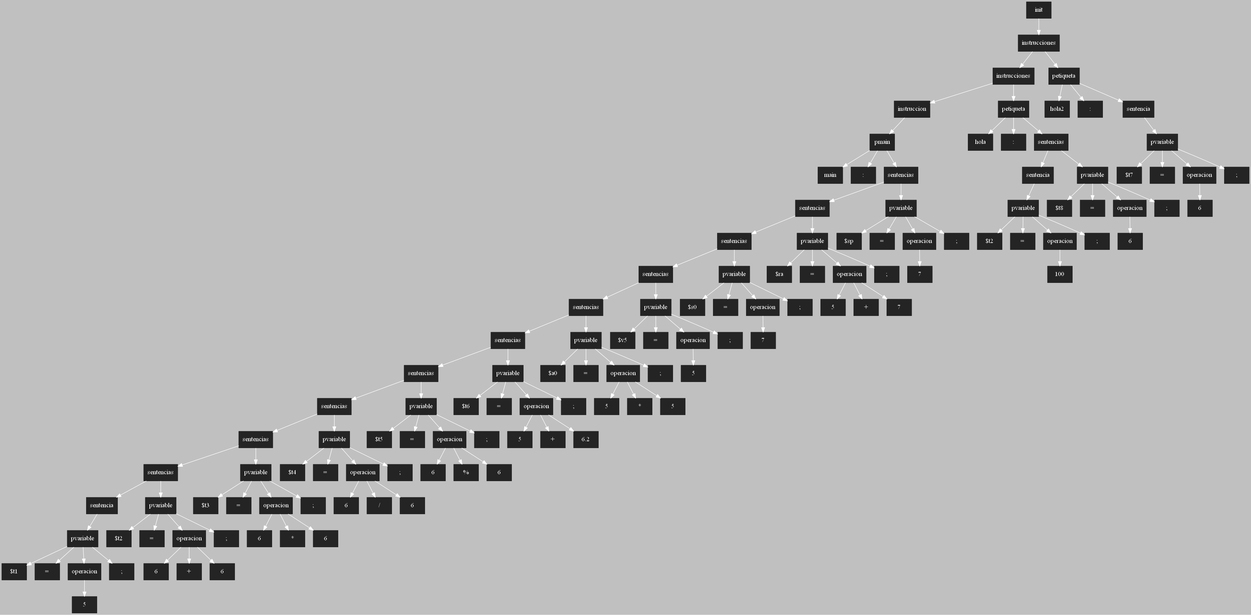
The Graphviz diagram ASPAscendente.png in AndreeAvalos/OLC2-AUGUS, before a commit. Its source is kept beside it as ASPAscendente.dot.
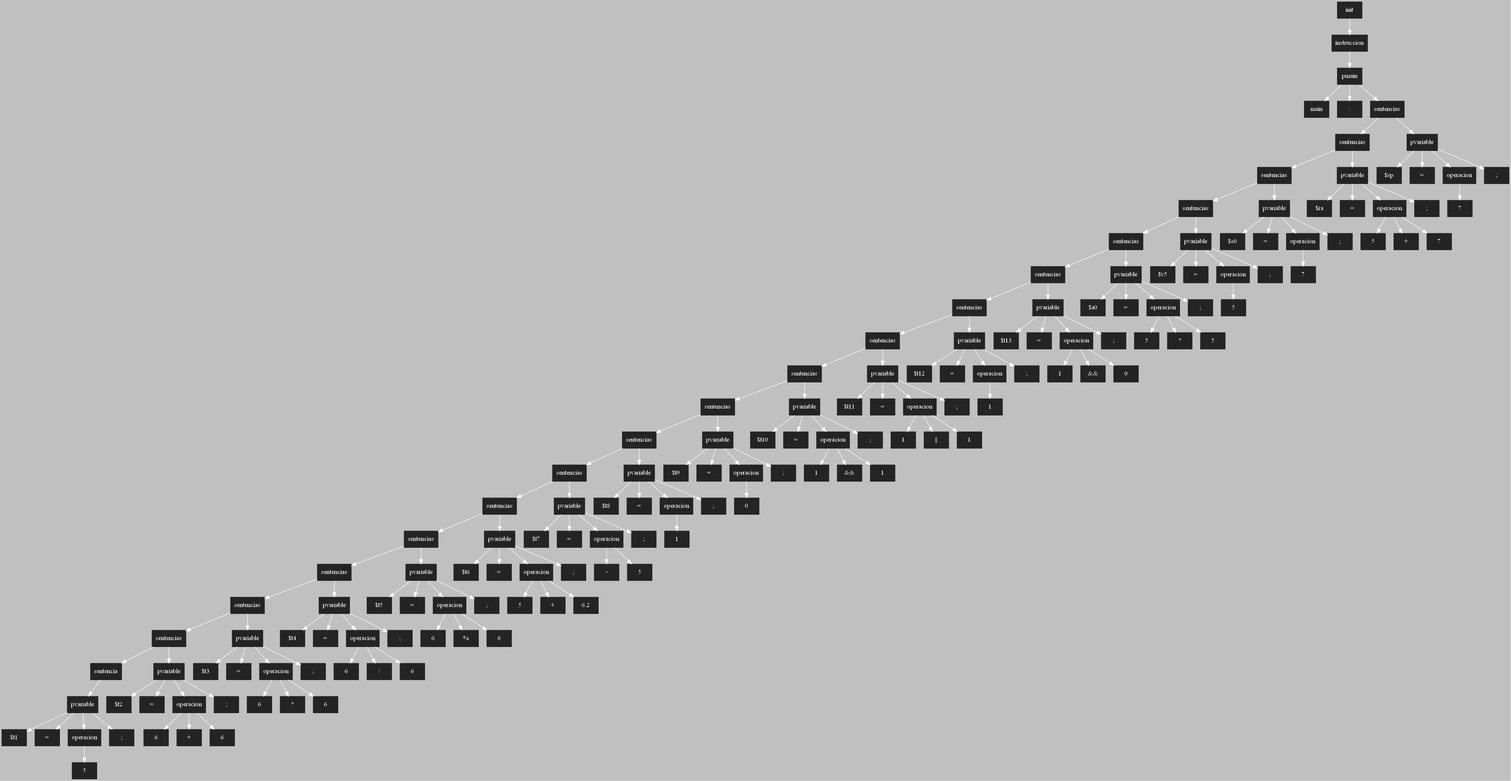
Later version of the same file.

Change to the diagram source:
```diff
@@ -3,254 +3,308 @@
  [shape=box, style=filled, color=gray14]
  rankdir=UD
  edge[color=white, dir=fordware]
-125[style = "filled" ; label = "init"]
-124[style = "filled" ; label = "instrucciones"]
-113[style = "filled" ; label = "instrucciones"]
-95[style = "filled" ; label = "instruccion"]
-92[style = "filled" ; label = "pmain"]
-93[style = "filled" ; label = "main"]
-94[style = "filled" ; label = ":"]
-91[style = "filled" ; label = "sentencias"]
-84[style = "filled" ; label = "sentencias"]
-75[style = "filled" ; label = "sentencias"]
-68[style = "filled" ; label = "sentencias"]
-61[style = "filled" ; label = "sentencias"]
-52[style = "filled" ; label = "sentencias"]
-43[style = "filled" ; label = "sentencias"]
-34[style = "filled" ; label = "sentencias"]
-25[style = "filled" ; label = "sentencias"]
-16[style = "filled" ; label = "sentencias"]
-7[style = "filled" ; label = "sentencia"]
-3[style = "filled" ; label = "pvariable"]
-4[style = "filled" ; label = "$t1"]
-5[style = "filled" ; label = "="]
-2[style = "filled" ; label = "operacion"]
-1[style = "filled" ; label = "5"]
-6[style = "filled" ; label = ";"]
-12[style = "filled" ; label = "pvariable"]
-13[style = "filled" ; label = "$t2"]
-14[style = "filled" ; label = "="]
-10[style = "filled" ; label = "operacion"]
-8[style = "filled" ; label = "6"]
-11[style = "filled" ; label = "+"]
-9[style = "filled" ; label = "6"]
-15[style = "filled" ; label = ";"]
-21[style = "filled" ; label = "pvariable"]
-22[style = "filled" ; label = "$t3"]
-23[style = "filled" ; label = "="]
-19[style = "filled" ; label = "operacion"]
-17[style = "filled" ; label = "6"]
-20[style = "filled" ; label = "*"]
-18[style = "filled" ; label = "6"]
-24[style = "filled" ; label = ";"]
-30[style = "filled" ; label = "pvariable"]
-31[style = "filled" ; label = "$t4"]
-32[style = "filled" ; label = "="]
-28[style = "filled" ; label = "operacion"]
-26[style = "filled" ; label = "6"]
-29[style = "filled" ; label = "/"]
-27[style = "filled" ; label = "6"]
-33[style = "filled" ; label = ";"]
-39[style = "filled" ; label = "pvariable"]
-40[style = "filled" ; label = "$t5"]
-41[style = "filled" ; label = "="]
-37[style = "filled" ; label = "operacion"]
-35[style = "filled" ; label = "6"]
-38[style = "filled" ; label = "%"]
-36[style = "filled" ; label = "6"]
-42[style = "filled" ; label = ";"]
-48[style = "filled" ; label = "pvariable"]
-49[style = "filled" ; label = "$t6"]
-50[style = "filled" ; label = "="]
-46[style = "filled" ; label = "operacion"]
-44[style = "filled" ; label = "5"]
-47[style = "filled" ; label = "+"]
-45[style = "filled" ; label = "6.2"]
-51[style = "filled" ; label = ";"]
-57[style = "filled" ; label = "pvariable"]
-58[style = "filled" ; label = "$a0"]
-59[style = "filled" ; label = "="]
-55[style = "filled" ; label = "operacion"]
-53[style = "filled" ; label = "5"]
-56[style = "filled" ; label = "*"]
-54[style = "filled" ; label = "5"]
-60[style = "filled" ; label = ";"]
-64[style = "filled" ; label = "pvariable"]
-65[style = "filled" ; label = "$v5"]
-66[style = "filled" ; label = "="]
-63[style = "filled" ; label = "operacion"]
-62[style = "filled" ; label = "5"]
-67[style = "filled" ; label = ";"]
-71[style = "filled" ; label = "pvariable"]
-72[style = "filled" ; label = "$s0"]
-73[style = "filled" ; label = "="]
-70[style = "filled" ; label = "operacion"]
-69[style = "filled" ; label = "7"]
-74[style = "filled" ; label = ";"]
-80[style = "filled" ; label = "pvariable"]
-81[style = "filled" ; label = "$ra"]
-82[style = "filled" ; label = "="]
-78[style = "filled" ; label = "operacion"]
-76[style = "filled" ; label = "5"]
-79[style = "filled" ; label = "+"]
-77[style = "filled" ; label = "7"]
-83[style = "filled" ; label = ";"]
-87[style = "filled" ; label = "pvariable"]
-88[style = "filled" ; label = "$sp"]
-89[style = "filled" ; label = "="]
-86[style = "filled" ; label = "operacion"]
-85[style = "filled" ; label = "7"]
-90[style = "filled" ; label = ";"]
-110[style = "filled" ; label = "petiqueta"]
-111[style = "filled" ; label = "hola"]
-112[style = "filled" ; label = ":"]
-109[style = "filled" ; label = "sentencias"]
-102[style = "filled" ; label = "sentencia"]
-98[style = "filled" ; label = "pvariable"]
-99[style = "filled" ; label = "$t2"]
-100[style = "filled" ; label = "="]
-97[style = "filled" ; label = "operacion"]
-96[style = "filled" ; label = "100"]
-101[style = "filled" ; label = ";"]
-105[style = "filled" ; label = "pvariable"]
-106[style = "filled" ; label = "$t8"]
-107[style = "filled" ; label = "="]
-104[style = "filled" ; label = "operacion"]
-103[style = "filled" ; label = "6"]
-108[style = "filled" ; label = ";"]
-121[style = "filled" ; label = "petiqueta"]
-122[style = "filled" ; label = "hola2"]
-123[style = "filled" ; label = ":"]
-120[style = "filled" ; label = "sentencia"]
-116[style = "filled" ; label = "pvariable"]
-117[style = "filled" ; label = "$t7"]
-118[style = "filled" ; label = "="]
-115[style = "filled" ; label = "operacion"]
-114[style = "filled" ; label = "6"]
-119[style = "filled" ; label = ";"]
-125->124;
-124->113;
-113->95;
-95->92;
-92->93;
-92->94;
-92->91;
-91->84;
-84->75;
-75->68;
-68->61;
-61->52;
-52->43;
-43->34;
-34->25;
-25->16;
-16->7;
-7->3;
-3->4;
-3->5;
-3->2;
-2->1;
-3->6;
-16->12;
-12->13;
-12->14;
-12->10;
-10->8;
-10->11;
-10->9;
-12->15;
-25->21;
-21->22;
-21->23;
-21->19;
-19->17;
-19->20;
-19->18;
-21->24;
-34->30;
-30->31;
-30->32;
-30->28;
-28->26;
-28->29;
-28->27;
-30->33;
-43->39;
-39->40;
-39->41;
-39->37;
-37->35;
-37->38;
-37->36;
-39->42;
-52->48;
-48->49;
-48->50;
-48->46;
-46->44;
-46->47;
-46->45;
-48->51;
-61->57;
-57->58;
-57->59;
-57->55;
-55->53;
-55->56;
-55->54;
-57->60;
-68->64;
-64->65;
-64->66;
-64->63;
-63->62;
-64->67;
-75->71;
-71->72;
-71->73;
-71->70;
-70->69;
-71->74;
-84->80;
-80->81;
-80->82;
-80->78;
-78->76;
-78->79;
-78->77;
-80->83;
-91->87;
-87->88;
-87->89;
-87->86;
-86->85;
-87->90;
-113->110;
-110->111;
-110->112;
-110->109;
-109->102;
-102->98;
-98->99;
-98->100;
-98->97;
-97->96;
-98->101;
-109->105;
-105->106;
-105->107;
-105->104;
-104->103;
-105->108;
-124->121;
-121->122;
-121->123;
-121->120;
-120->116;
-116->117;
-116->118;
-116->115;
-115->114;
-116->119;
+754[style = "filled" ; label = "init"]
+753[style = "filled" ; label = "instruccion"]
+750[style = "filled" ; label = "pmain"]
+751[style = "filled" ; label = "main"]
+752[style = "filled" ; label = ":"]
+749[style = "filled" ; label = "sentencias"]
+742[style = "filled" ; label = "sentencias"]
+733[style = "filled" ; label = "sentencias"]
+726[style = "filled" ; label = "sentencias"]
+719[style = "filled" ; label = "sentencias"]
+710[style = "filled" ; label = "sentencias"]
+701[style = "filled" ; label = "sentencias"]
+694[style = "filled" ; label = "sentencias"]
+685[style = "filled" ; label = "sentencias"]
+676[style = "filled" ; label = "sentencias"]
+669[style = "filled" ; label = "sentencias"]
+662[style = "filled" ; label = "sentencias"]
+654[style = "filled" ; label = "sentencias"]
+645[style = "filled" ; label = "sentencias"]
+636[style = "filled" ; label = "sentencias"]
+627[style = "filled" ; label = "sentencias"]
+618[style = "filled" ; label = "sentencias"]
+609[style = "filled" ; label = "sentencia"]
+605[style = "filled" ; label = "pvariable"]
+606[style = "filled" ; label = "$t1"]
+607[style = "filled" ; label = "="]
+604[style = "filled" ; label = "operacion"]
+603[style = "filled" ; label = "5"]
+608[style = "filled" ; label = ";"]
+614[style = "filled" ; label = "pvariable"]
+615[style = "filled" ; label = "$t2"]
+616[style = "filled" ; label = "="]
+612[style = "filled" ; label = "operacion"]
+610[style = "filled" ; label = "6"]
+613[style = "filled" ; label = "+"]
+611[style = "filled" ; label = "6"]
+617[style = "filled" ; label = ";"]
+623[style = "filled" ; label = "pvariable"]
+624[style = "filled" ; label = "$t3"]
+625[style = "filled" ; label = "="]
+621[style = "filled" ; label = "operacion"]
+619[style = "filled" ; label = "6"]
+622[style = "filled" ; label = "*"]
+620[style = "filled" ; label = "6"]
+626[style = "filled" ; label = ";"]
+632[style = "filled" ; label = "pvariable"]
+633[style = "filled" ; label = "$t4"]
+634[style = "filled" ; label = "="]
+630[style = "filled" ; label = "operacion"]
+628[style = "filled" ; label = "6"]
+631[style = "filled" ; label = "/"]
+629[style = "filled" ; label = "6"]
+635[style = "filled" ; label = ";"]
+641[style = "filled" ; label = "pvariable"]
+642[style = "filled" ; label = "$t5"]
+643[style = "filled" ; label = "="]
+639[style = "filled" ; label = "operacion"]
+637[style = "filled" ; label = "6"]
+640[style = "filled" ; label = "%"]
+638[style = "filled" ; label = "6"]
+644[style = "filled" ; label = ";"]
+650[style = "filled" ; label = "pvariable"]
+651[style = "filled" ; label = "$t6"]
+652[style = "filled" ; label = "="]
+648[style = "filled" ; label = "operacion"]
+646[style = "filled" ; label = "5"]
+649[style = "filled" ; label = "+"]
+647[style = "filled" ; label = "6.2"]
+653[style = "filled" ; label = ";"]
+658[style = "filled" ; label = "pvariable"]
+659[style = "filled" ; label = "$t7"]
+660[style = "filled" ; label = "="]
+656[style = "filled" ; label = "operacion"]
+657[style = "filled" ; label = "-"]
+655[style = "filled" ; label = "5"]
+661[style = "filled" ; label = ";"]
+665[style = "filled" ; label = "pvariable"]
+666[style = "filled" ; label = "$t8"]
+667[style = "filled" ; label = "="]
+664[style = "filled" ; label = "operacion"]
+663[style = "filled" ; label = "1"]
+668[style = "filled" ; label = ";"]
+672[style = "filled" ; label = "pvariable"]
+673[style = "filled" ; label = "$t9"]
+674[style = "filled" ; label = "="]
+671[style = "filled" ; label = "operacion"]
+670[style = "filled" ; label = "0"]
+675[style = "filled" ; label = ";"]
+681[style = "filled" ; label = "pvariable"]
+682[style = "filled" ; label = "$t10"]
+683[style = "filled" ; label = "="]
+679[style = "filled" ; label = "operacion"]
+677[style = "filled" ; label = "1"]
+680[style = "filled" ; label = "&&"]
+678[style = "filled" ; label = "1"]
+684[style = "filled" ; label = ";"]
+690[style = "filled" ; label = "pvariable"]
+691[style = "filled" ; label = "$t11"]
+692[style = "filled" ; label = "="]
+688[style = "filled" ; label = "operacion"]
+686[style = "filled" ; label = "1"]
+689[style = "filled" ; label = "||"]
+687[style = "filled" ; label = "1"]
+693[style = "filled" ; label = ";"]
+697[style = "filled" ; label = "pvariable"]
+698[style = "filled" ; label = "$t12"]
+699[style = "filled" ; label = "="]
+696[style = "filled" ; label = "operacion"]
+695[style = "filled" ; label = "1"]
+700[style = "filled" ; label = ";"]
+706[style = "filled" ; label = "pvariable"]
+707[style = "filled" ; label = "$t13"]
+708[style = "filled" ; label = "="]
+704[style = "filled" ; label = "operacion"]
+702[style = "filled" ; label = "1"]
+705[style = "filled" ; label = "&&"]
+703[style = "filled" ; label = "0"]
+709[style = "filled" ; label = ";"]
+715[style = "filled" ; label = "pvariable"]
+716[style = "filled" ; label = "$a0"]
+717[style = "filled" ; label = "="]
+713[style = "filled" ; label = "operacion"]
+711[style = "filled" ; label = "5"]
+714[style = "filled" ; label = "*"]
+712[style = "filled" ; label = "5"]
+718[style = "filled" ; label = ";"]
+722[style = "filled" ; label = "pvariable"]
+723[style = "filled" ; label = "$v5"]
+724[style = "filled" ; label = "="]
+721[style = "filled" ; label = "operacion"]
+720[style = "filled" ; label = "5"]
+725[style = "filled" ; label = ";"]
+729[style = "filled" ; label = "pvariable"]
+730[style = "filled" ; label = "$s0"]
+731[style = "filled" ; label = "="]
+728[style = "filled" ; label = "operacion"]
+727[style = "filled" ; label = "7"]
+732[style = "filled" ; label = ";"]
+738[style = "filled" ; label = "pvariable"]
+739[style = "filled" ; label = "$ra"]
+740[style = "filled" ; label = "="]
+736[style = "filled" ; label = "operacion"]
+734[style = "filled" ; label = "5"]
+737[style = "filled" ; label = "+"]
+735[style = "filled" ; label = "7"]
+741[style = "filled" ; label = ";"]
+745[style = "filled" ; label = "pvariable"]
+746[style = "filled" ; label = "$sp"]
+747[style = "filled" ; label = "="]
+744[style = "filled" ; label = "operacion"]
+743[style = "filled" ; label = "7"]
+748[style = "filled" ; label = ";"]
+754->753;
+753->750;
+750->751;
+750->752;
+750->749;
+749->742;
+742->733;
+733->726;
+726->719;
+719->710;
+710->701;
+701->694;
+694->685;
+685->676;
+676->669;
+669->662;
+662->654;
+654->645;
+645->636;
+636->627;
+627->618;
+618->609;
+609->605;
+605->606;
+605->607;
+605->604;
+604->603;
+605->608;
+618->614;
+614->615;
+614->616;
+614->612;
+612->610;
+612->613;
+612->611;
+614->617;
+627->623;
+623->624;
+623->625;
+623->621;
+621->619;
+621->622;
+621->620;
+623->626;
+636->632;
+632->633;
+632->634;
+632->630;
+630->628;
+630->631;
+630->629;
+632->635;
+645->641;
+641->642;
+641->643;
+641->639;
+639->637;
+639->640;
+639->638;
+641->644;
+654->650;
+650->651;
+650->652;
+650->648;
+648->646;
+648->649;
+648->647;
+650->653;
+662->658;
+658->659;
+658->660;
+658->656;
+656->657;
+656->655;
+658->661;
+669->665;
+665->666;
+665->667;
+665->664;
+664->663;
+665->668;
+676->672;
+672->673;
+672->674;
+672->671;
+671->670;
+672->675;
+685->681;
+681->682;
+681->683;
+681->679;
+679->677;
+679->680;
+679->678;
+681->684;
+694->690;
+690->691;
+690->692;
+690->688;
+688->686;
+688->689;
+688->687;
+690->693;
+701->697;
+697->698;
+697->699;
+697->696;
+696->695;
+697->700;
+710->706;
+706->707;
+706->708;
+706->704;
+704->702;
+704->705;
+704->703;
+706->709;
+719->715;
+715->716;
+715->717;
+715->713;
+713->711;
+713->714;
+713->712;
+715->718;
+726->722;
+722->723;
+722->724;
+722->721;
+721->720;
+722->725;
+733->729;
+729->730;
+729->731;
+729->728;
+728->727;
+729->732;
+742->738;
+738->739;
+738->740;
+738->736;
+736->734;
+736->737;
+736->735;
+738->741;
+749->745;
+745->746;
+745->747;
+745->744;
+744->743;
+745->748;
 
 }
```
